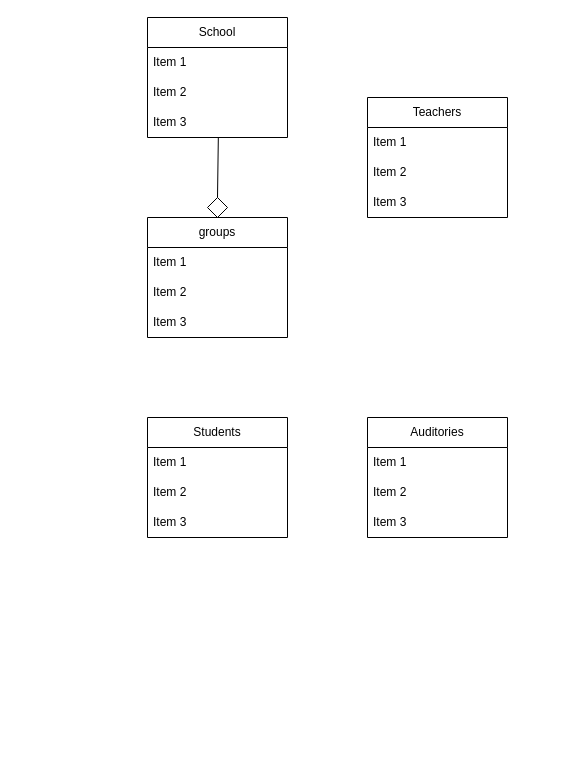
This is diagram.drawio from Duribowka/CPPschoolclasses, a draw.io file, before an edit. Source tidied: cells renumbered, new cells numbered last; positions are measured from the earlier drawing's top-left corner, leaving out a move shared by most shapes. Both pictures are drawn from the tidied source at 100%, with x=0, y=0 at pixel (147, 17).
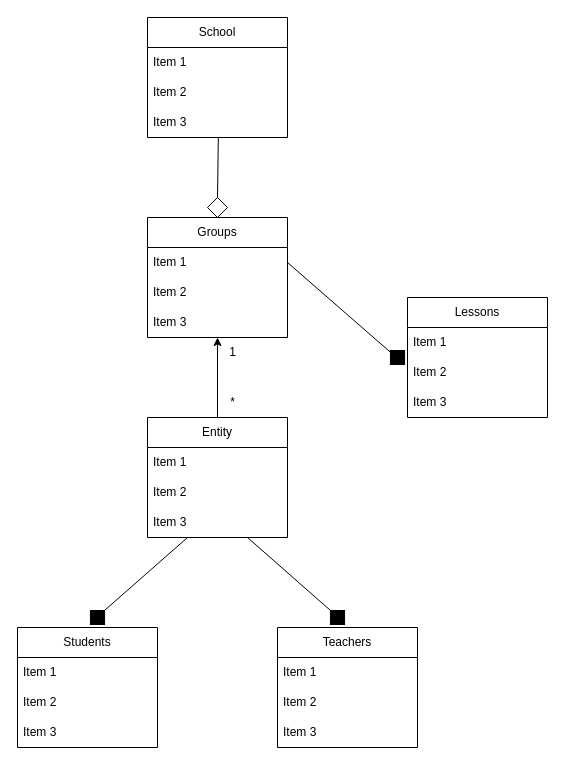
The same page after the edit.

Unchanged cells that the change refers to:
```xml
<mxCell id="7" value="Item 1" style="text;strokeColor=none;fillColor=none;align=left;verticalAlign=middle;spacingLeft=4;spacingRight=4;overflow=hidden;points=[[0,0.5],[1,0.5]];portConstraint=eastwest;whiteSpace=wrap;html=1;" parent="6" vertex="1">
  <mxGeometry y="30" width="140" height="30" as="geometry" />
</mxCell>
<mxCell id="9" value="Item 3" style="text;strokeColor=none;fillColor=none;align=left;verticalAlign=middle;spacingLeft=4;spacingRight=4;overflow=hidden;points=[[0,0.5],[1,0.5]];portConstraint=eastwest;whiteSpace=wrap;html=1;" parent="6" vertex="1">
  <mxGeometry y="90" width="140" height="30" as="geometry" />
</mxCell>
```

The edit, as a diff of the source:
```diff
@@
-    <mxCell id="6" value="groups" style="swimlane;fontStyle=0;horizontal=1;startSize=30;whiteSpace=wrap;html=1;" parent="1" vertex="1">
+    <mxCell id="6" value="Groups" style="swimlane;fontStyle=0;horizontal=1;startSize=30;whiteSpace=wrap;html=1;" parent="1" vertex="1">
       <mxGeometry y="200" width="140" height="120" as="geometry" />
     </mxCell>
@@
-    <mxCell id="10" value="Students" style="swimlane;fontStyle=0;horizontal=1;startSize=30;whiteSpace=wrap;html=1;" parent="1" vertex="1">
-      <mxGeometry y="400" width="140" height="120" as="geometry" />
+    <mxCell id="10" value="Teachers" style="swimlane;fontStyle=0;horizontal=1;startSize=30;whiteSpace=wrap;html=1;" parent="1" vertex="1">
+      <mxGeometry x="130" y="610" width="140" height="120" as="geometry" />
     </mxCell>
@@
-    <mxCell id="14" value="Auditories" style="swimlane;fontStyle=0;horizontal=1;startSize=30;whiteSpace=wrap;html=1;" parent="1" vertex="1">
-      <mxGeometry x="220" y="400" width="140" height="120" as="geometry" />
+    <mxCell id="14" value="Lessons" style="swimlane;fontStyle=0;horizontal=1;startSize=30;whiteSpace=wrap;html=1;" parent="1" vertex="1">
+      <mxGeometry x="260" y="280" width="140" height="120" as="geometry" />
     </mxCell>
@@
-    <mxCell id="18" value="Teachers" style="swimlane;fontStyle=0;horizontal=1;startSize=30;whiteSpace=wrap;html=1;" parent="1" vertex="1">
-      <mxGeometry x="220" y="80" width="140" height="120" as="geometry" />
+    <mxCell id="18" value="Students" style="swimlane;fontStyle=0;horizontal=1;startSize=30;whiteSpace=wrap;html=1;" parent="1" vertex="1">
+      <mxGeometry x="-130" y="610" width="140" height="120" as="geometry" />
     </mxCell>
@@
+    <mxCell id="24" value="Entity" style="swimlane;fontStyle=0;horizontal=1;startSize=30;whiteSpace=wrap;html=1;" parent="1" vertex="1">
+      <mxGeometry y="400" width="140" height="120" as="geometry" />
+    </mxCell>
+    <mxCell id="25" value="Item 1" style="text;strokeColor=none;fillColor=none;align=left;verticalAlign=middle;spacingLeft=4;spacingRight=4;overflow=hidden;whiteSpace=wrap;html=1;" parent="24" vertex="1">
+      <mxGeometry y="30" width="140" height="30" as="geometry" />
+    </mxCell>
+    <mxCell id="26" value="Item 2" style="text;strokeColor=none;fillColor=none;align=left;verticalAlign=middle;spacingLeft=4;spacingRight=4;overflow=hidden;whiteSpace=wrap;html=1;" parent="24" vertex="1">
+      <mxGeometry y="60" width="140" height="30" as="geometry" />
+    </mxCell>
+    <mxCell id="27" value="Item 3" style="text;strokeColor=none;fillColor=none;align=left;verticalAlign=middle;spacingLeft=4;spacingRight=4;overflow=hidden;whiteSpace=wrap;html=1;" parent="24" vertex="1">
+      <mxGeometry y="90" width="140" height="30" as="geometry" />
+    </mxCell>
+    <mxCell id="28" value="1" style="text;html=1;align=center;verticalAlign=middle;strokeColor=none;fillColor=none;" parent="1" vertex="1">
+      <mxGeometry x="70" y="320" width="30" height="30" as="geometry" />
+    </mxCell>
+    <mxCell id="29" value="*" style="text;html=1;align=center;verticalAlign=middle;strokeColor=none;fillColor=none;" parent="1" vertex="1">
+      <mxGeometry x="70" y="370" width="30" height="30" as="geometry" />
+    </mxCell>
+    <mxCell id="30" style="endArrow=none;html=1;exitX=1;exitY=0.5;exitDx=0;exitDy=0;" parent="1" edge="1" source="32">
+      <mxGeometry relative="1" as="geometry">
+        <mxPoint x="40" y="520" as="targetPoint" />
+      </mxGeometry>
+    </mxCell>
+    <mxCell id="31" style="endArrow=none;html=1;exitX=0.5;exitY=0;exitDx=0;exitDy=0;" parent="1" edge="1" source="35">
+      <mxGeometry relative="1" as="geometry">
+        <mxPoint x="100" y="520" as="targetPoint" />
+      </mxGeometry>
+    </mxCell>
+    <mxCell id="32" style="rhombus;whiteSpace=wrap;html=1;fillColor=#000000;rotation=-45;" parent="1" vertex="1">
+      <mxGeometry x="-60" y="590" width="20" height="20" as="geometry" />
+    </mxCell>
+    <mxCell id="33" style="endArrow=none;html=1;exitX=1;exitY=0.5;exitDx=0;exitDy=0;entryX=0.5;entryY=1;entryDx=0;entryDy=0;" parent="1" edge="1" source="7" target="34">
+      <mxGeometry relative="1" as="geometry" />
+    </mxCell>
+    <mxCell id="34" style="rhombus;whiteSpace=wrap;html=1;fillColor=#000000;rotation=-45;" parent="1" vertex="1">
+      <mxGeometry x="240" y="330" width="20" height="20" as="geometry" />
+    </mxCell>
+    <mxCell id="35" style="rhombus;whiteSpace=wrap;html=1;fillColor=#000000;rotation=-45;" parent="1" vertex="1">
+      <mxGeometry x="180" y="590" width="20" height="20" as="geometry" />
+    </mxCell>
+    <mxCell id="36" style="endArrow=classic;html=1;" parent="1" edge="1" target="9">
+      <mxGeometry relative="1" as="geometry">
+        <mxPoint x="70" y="400" as="sourcePoint" />
+      </mxGeometry>
+    </mxCell>
```
